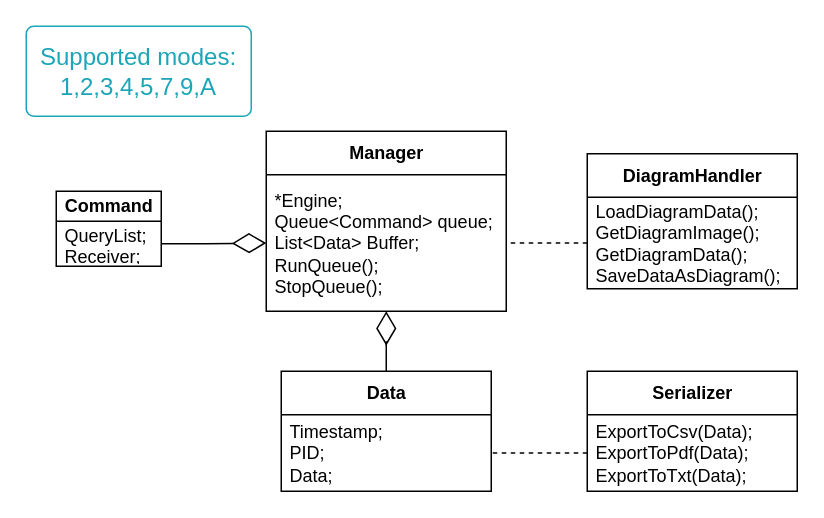
This is page "DiagnosticManager" (4 of 7) of Documentation/Fluffy dashboard architecture.drawio from avatarp/fluffy-dashboard, a draw.io file, before an edit. Source tidied: cells renumbered, new cells numbered last; positions are measured from the earlier drawing's top-left corner, leaving out a move shared by most shapes. Both pictures are drawn from the tidied source at 150%, with x=0, y=0 at pixel (26, 26).
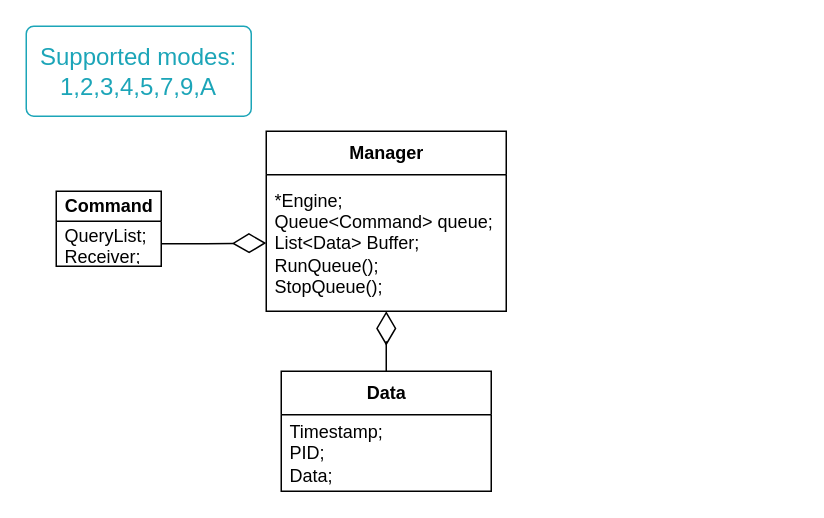
The same diagram, later.

What changed in the source:
```diff
@@
 <mxGraphModel>
   <root>
     <mxCell id="0" />
     <mxCell id="1" parent="0" />
     <mxCell id="2" value="Manager" style="swimlane;fontStyle=1;align=center;verticalAlign=middle;horizontal=1;startSize=29;html=1;" parent="1" vertex="1">
       <mxGeometry x="160" y="70" width="160" height="120" as="geometry" />
     </mxCell>
     <mxCell id="3" value="*Engine;&lt;br&gt;Queue&amp;lt;Command&amp;gt; queue;&lt;br&gt;List&amp;lt;Data&amp;gt; Buffer;&lt;br&gt;RunQueue();&lt;br&gt;StopQueue();&lt;br&gt;" style="text;html=1;strokeColor=none;fillColor=none;align=left;verticalAlign=middle;spacingLeft=4;spacingRight=4;overflow=hidden;points=[[0,0.5],[1,0.5]];portConstraint=eastwest;" parent="2" vertex="1">
       <mxGeometry y="29" width="160" height="91" as="geometry" />
     </mxCell>
     <mxCell id="4" value="&lt;div&gt;Supported modes:&lt;/div&gt;&lt;div&gt;1,2,3,4,5,7,9,A&lt;br&gt; &lt;/div&gt;" style="html=1;shadow=0;dashed=0;shape=mxgraph.bootstrap.rrect;rSize=5;strokeColor=#1CA5B8;strokeWidth=1;fillColor=none;fontColor=#1CA5B8;whiteSpace=wrap;align=center;verticalAlign=middle;spacingLeft=0;fontStyle=0;fontSize=16;spacing=5;" parent="1" vertex="1">
       <mxGeometry width="150" height="60" as="geometry" />
     </mxCell>
-    <mxCell id="5" value="DiagramHandler" style="swimlane;fontStyle=1;align=center;verticalAlign=middle;horizontal=1;startSize=29;html=1;" parent="1" vertex="1">
-      <mxGeometry x="374" y="85" width="140" height="90" as="geometry" />
-    </mxCell>
-    <mxCell id="6" value="LoadDiagramData();&lt;br&gt;GetDiagramImage();&lt;br&gt;GetDiagramData();&lt;br&gt;SaveDataAsDiagram();" style="text;html=1;strokeColor=none;fillColor=none;align=left;verticalAlign=middle;spacingLeft=4;spacingRight=4;overflow=hidden;points=[[0,0.5],[1,0.5]];portConstraint=eastwest;" parent="5" vertex="1">
-      <mxGeometry y="29" width="140" height="61" as="geometry" />
-    </mxCell>
     <mxCell id="7" value="Command" style="swimlane;fontStyle=1;align=center;verticalAlign=middle;horizontal=1;startSize=20;html=1;" parent="1" vertex="1">
       <mxGeometry x="20" y="110" width="70" height="50" as="geometry" />
     </mxCell>
     <mxCell id="8" value="QueryList;&lt;br&gt;Receiver;" style="text;html=1;strokeColor=none;fillColor=none;align=left;verticalAlign=middle;spacingLeft=4;spacingRight=4;overflow=hidden;points=[[0,0.5],[1,0.5]];portConstraint=eastwest;" parent="7" vertex="1">
       <mxGeometry y="20" width="70" height="30" as="geometry" />
     </mxCell>
     <mxCell id="9" style="edgeStyle=orthogonalEdgeStyle;rounded=0;jettySize=auto;html=1;endArrow=diamondThin;endFill=0;entryX=0.5;entryY=1;entryDx=0;entryDy=0;entryPerimeter=0;endSize=20;" parent="1" edge="1" source="10" target="3">
       <mxGeometry relative="1" as="geometry" />
     </mxCell>
     <mxCell id="10" value="Data" style="swimlane;fontStyle=1;align=center;verticalAlign=middle;horizontal=1;startSize=29;html=1;" parent="1" vertex="1">
       <mxGeometry x="170" y="230" width="140" height="80" as="geometry" />
     </mxCell>
     <mxCell id="11" value="Timestamp;&lt;br&gt;PID;&lt;br&gt;Data;" style="text;html=1;strokeColor=none;fillColor=none;align=left;verticalAlign=middle;spacingLeft=4;spacingRight=4;overflow=hidden;points=[[0,0.5],[1,0.5]];portConstraint=eastwest;" parent="10" vertex="1">
       <mxGeometry y="29" width="140" height="51" as="geometry" />
     </mxCell>
-    <mxCell id="12" value="Serializer" style="swimlane;fontStyle=1;align=center;verticalAlign=middle;horizontal=1;startSize=29;html=1;" parent="1" vertex="1">
-      <mxGeometry x="374" y="230" width="140" height="80" as="geometry" />
-    </mxCell>
-    <mxCell id="13" value="ExportToCsv(Data);&lt;br&gt;ExportToPdf(Data);&lt;br&gt;ExportToTxt(Data);" style="text;html=1;strokeColor=none;fillColor=none;align=left;verticalAlign=middle;spacingLeft=4;spacingRight=4;overflow=hidden;points=[[0,0.5],[1,0.5]];portConstraint=eastwest;" parent="12" vertex="1">
-      <mxGeometry y="29" width="140" height="51" as="geometry" />
-    </mxCell>
-    <mxCell id="14" style="edgeStyle=orthogonalEdgeStyle;rounded=0;jettySize=auto;html=1;endArrow=none;endFill=0;dashed=1;" parent="1" edge="1" source="13" target="11">
-      <mxGeometry relative="1" as="geometry" />
-    </mxCell>
     <mxCell id="15" style="edgeStyle=orthogonalEdgeStyle;rounded=0;jettySize=auto;html=1;endArrow=diamondThin;endFill=0;endSize=20;" parent="1" edge="1" source="8" target="3">
       <mxGeometry relative="1" as="geometry" />
     </mxCell>
-    <mxCell id="16" style="edgeStyle=orthogonalEdgeStyle;rounded=0;jettySize=auto;html=1;endArrow=none;endFill=0;endSize=20;dashed=1;" parent="1" edge="1" source="6" target="3">
-      <mxGeometry relative="1" as="geometry" />
-    </mxCell>
   </root>
 </mxGraphModel>
```
